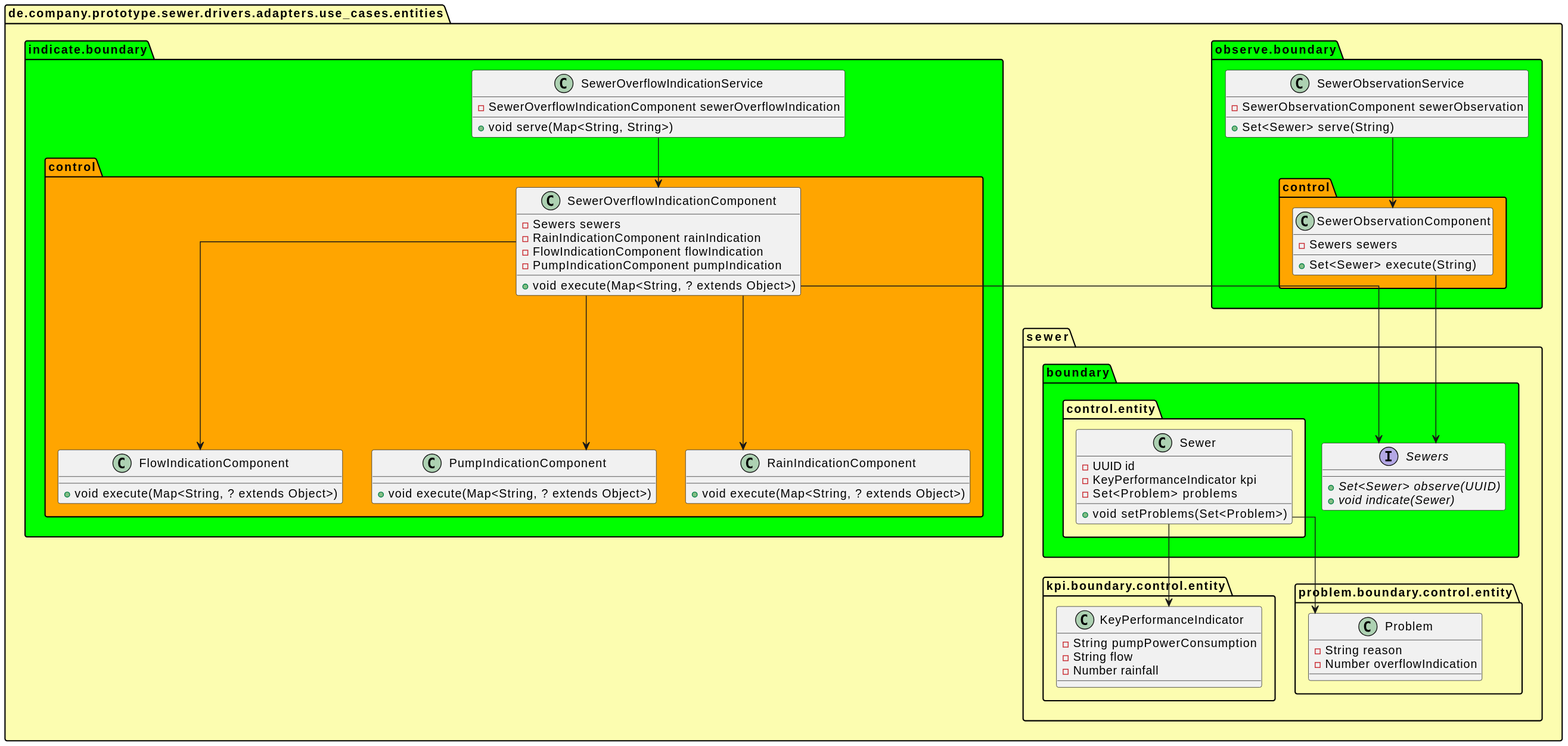
Earlier version of the PlantUML export doc/uml/svg/entities.svg (Pankraz76/sewers2).
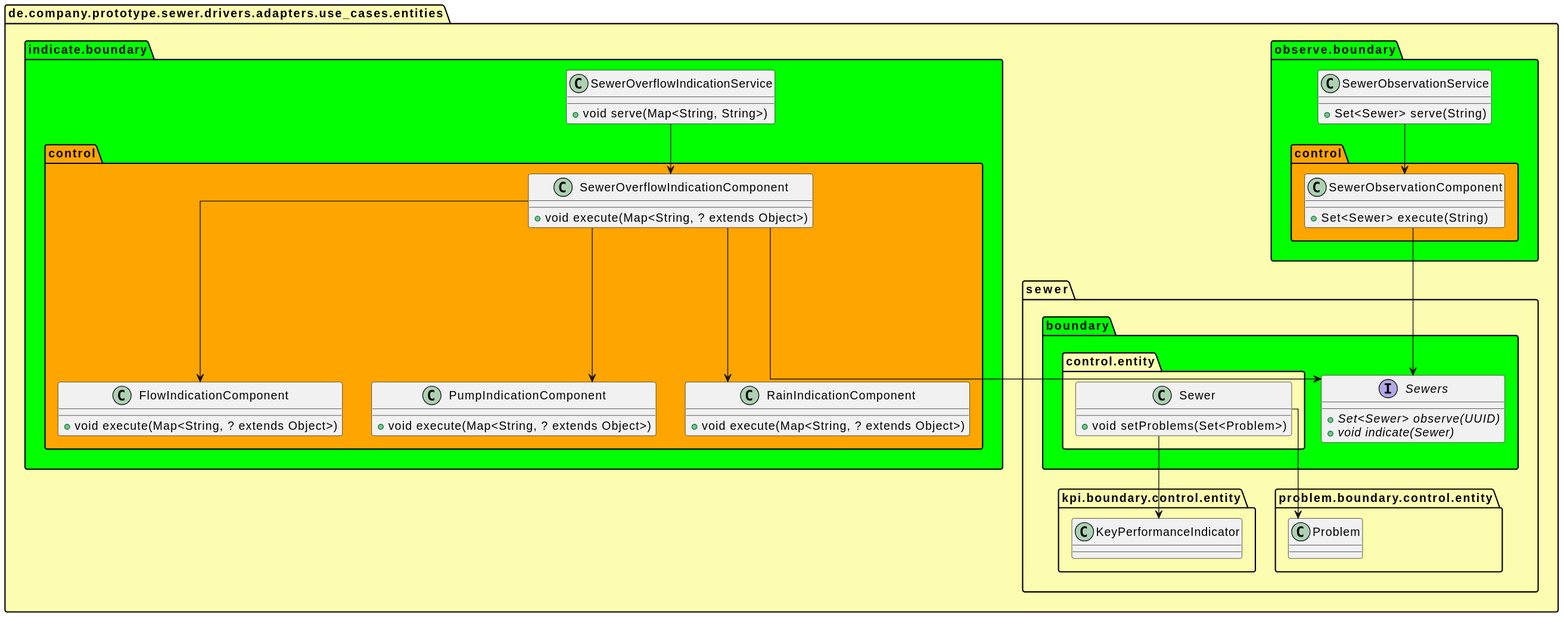
After the commit.

The edit, as a diff of the source:
```diff
@@ -21,8 +21,6 @@
 package entity as de.company.prototype.sewer.drivers.adapters.use_cases.entities.sewer.problem.boundary.control.entity #fcfdb0 {}
 
 class "SewerOverflowIndicationService" as de.company.prototype.sewer.drivers.adapters.use_cases.entities.indicate.boundary.SewerOverflowIndicationService {
-  -SewerOverflowIndicationComponent sewerOverflowIndication
-  __
   +void serve(Map<String, String>)
 }
 class "FlowIndicationComponent" as de.company.prototype.sewer.drivers.adapters.use_cases.entities.indicate.boundary.control.FlowIndicationComponent {
@@ -35,21 +33,12 @@
   +void execute(Map<String, ? extends Object>)
 }
 class "SewerOverflowIndicationComponent" as de.company.prototype.sewer.drivers.adapters.use_cases.entities.indicate.boundary.control.SewerOverflowIndicationComponent {
-  -Sewers sewers
-  -RainIndicationComponent rainIndication
-  -FlowIndicationComponent flowIndication
-  -PumpIndicationComponent pumpIndication
-  __
   +void execute(Map<String, ? extends Object>)
 }
 class "SewerObservationService" as de.company.prototype.sewer.drivers.adapters.use_cases.entities.observe.boundary.SewerObservationService {
-  -SewerObservationComponent sewerObservation
-  __
   +Set<Sewer> serve(String)
 }
 class "SewerObservationComponent" as de.company.prototype.sewer.drivers.adapters.use_cases.entities.observe.boundary.control.SewerObservationComponent {
-  -Sewers sewers
-  __
   +Set<Sewer> execute(String)
 }
 interface "Sewers" as de.company.prototype.sewer.drivers.adapters.use_cases.entities.sewer.boundary.Sewers {
@@ -57,20 +46,11 @@
   + {abstract}void indicate(Sewer)
 }
 class "Sewer" as de.company.prototype.sewer.drivers.adapters.use_cases.entities.sewer.boundary.control.entity.Sewer {
-  -UUID id
-  -KeyPerformanceIndicator kpi
-  -Set<Problem> problems
-  __
   +void setProblems(Set<Problem>)
 }
 class "KeyPerformanceIndicator" as de.company.prototype.sewer.drivers.adapters.use_cases.entities.sewer.kpi.boundary.control.entity.KeyPerformanceIndicator {
-  -String pumpPowerConsumption
-  -String flow
-  -Number rainfall
 }
 class "Problem" as de.company.prototype.sewer.drivers.adapters.use_cases.entities.sewer.problem.boundary.control.entity.Problem {
-  -String reason
-  -Number overflowIndication
 }
 de.company.prototype.sewer.drivers.adapters.use_cases.entities.indicate.boundary.SewerOverflowIndicationService --> de.company.prototype.sewer.drivers.adapters.use_cases.entities.indicate.boundary.control.SewerOverflowIndicationComponent
 de.company.prototype.sewer.drivers.adapters.use_cases.entities.indicate.boundary.control.SewerOverflowIndicationComponent --> de.company.prototype.sewer.drivers.adapters.use_cases.entities.sewer.boundary.Sewers
```
